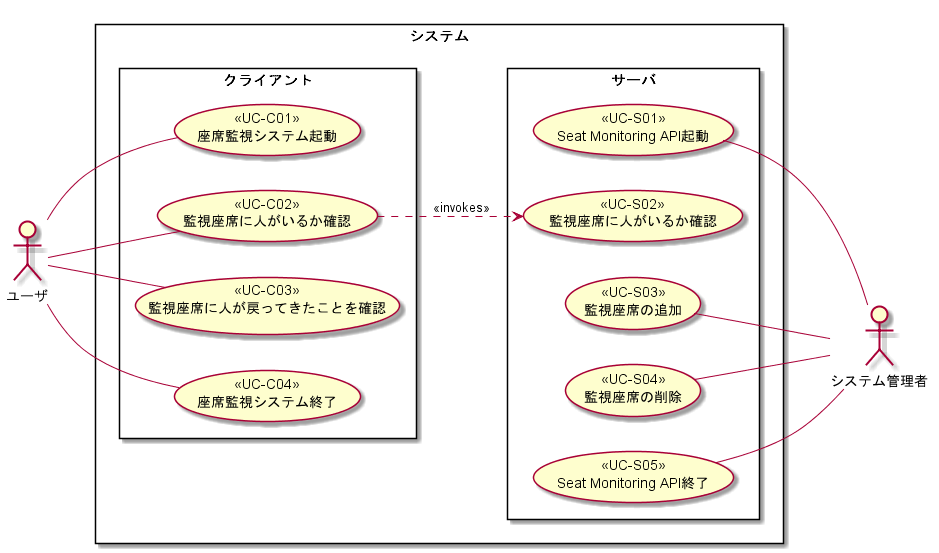
The PlantUML diagram doc/要件定義/文書内図/ユースケース図.png in KeisukeSugita/Seat-monitoring-system, before a commit.
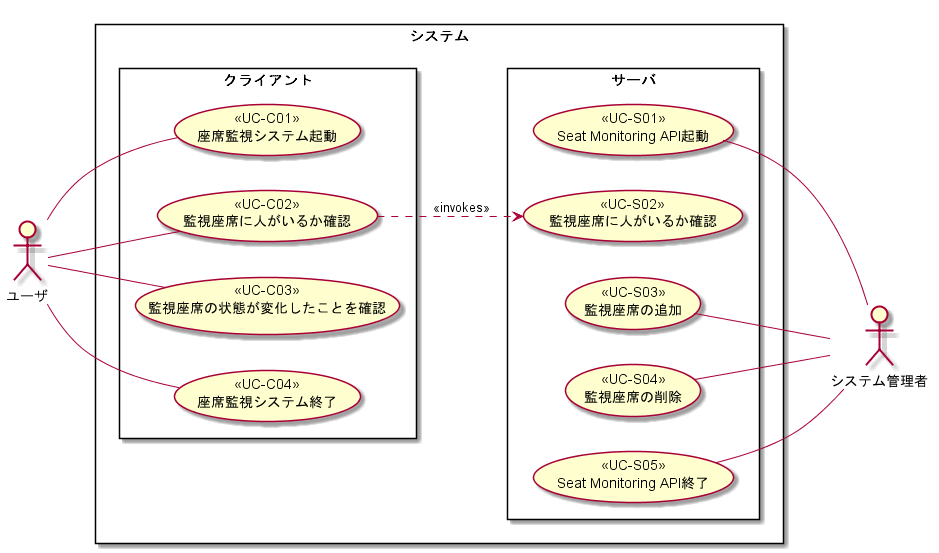
Later version of the same file.

The edit, as a diff of the source:
```diff
@@ -7,7 +7,7 @@
 	rectangle クライアント {
 		ユーザ -- (<<UC-C01>> \n 座席監視システム起動)
 		ユーザ -- (<<UC-C02>> \n 監視座席に人がいるか確認)
-		ユーザ -- (<<UC-C03>> \n 監視座席に人が戻ってきたことを確認)
+		ユーザ -- (<<UC-C03>> \n 監視座席の状態が変化したことを確認)
 		ユーザ -- (<<UC-C04>> \n 座席監視システム終了)
 	}
 
```
